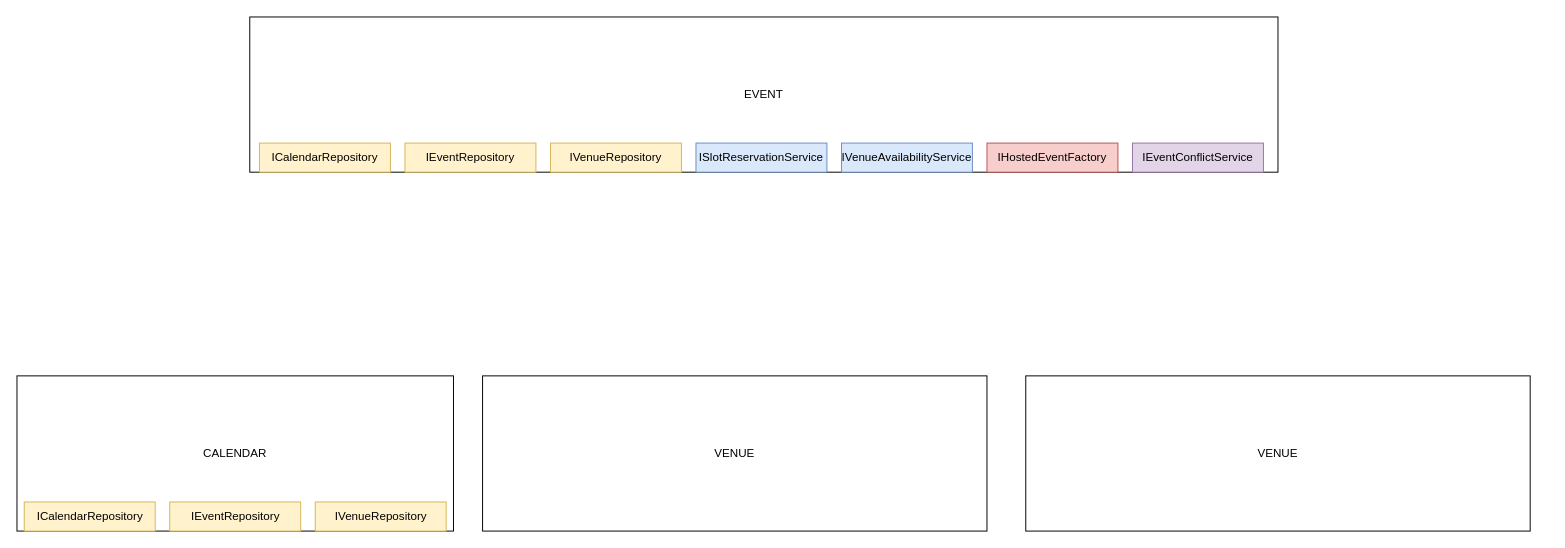
Before: diagramme.drawio in rachidje/eventhub, a draw.io diagram. Source tidied: cells renumbered, new cells numbered last; positions are measured from the earlier drawing's top-left corner, leaving out a move shared by most shapes. Both pictures are drawn from the tidied source at 97%, with x=0, y=0 at pixel (16, 16).
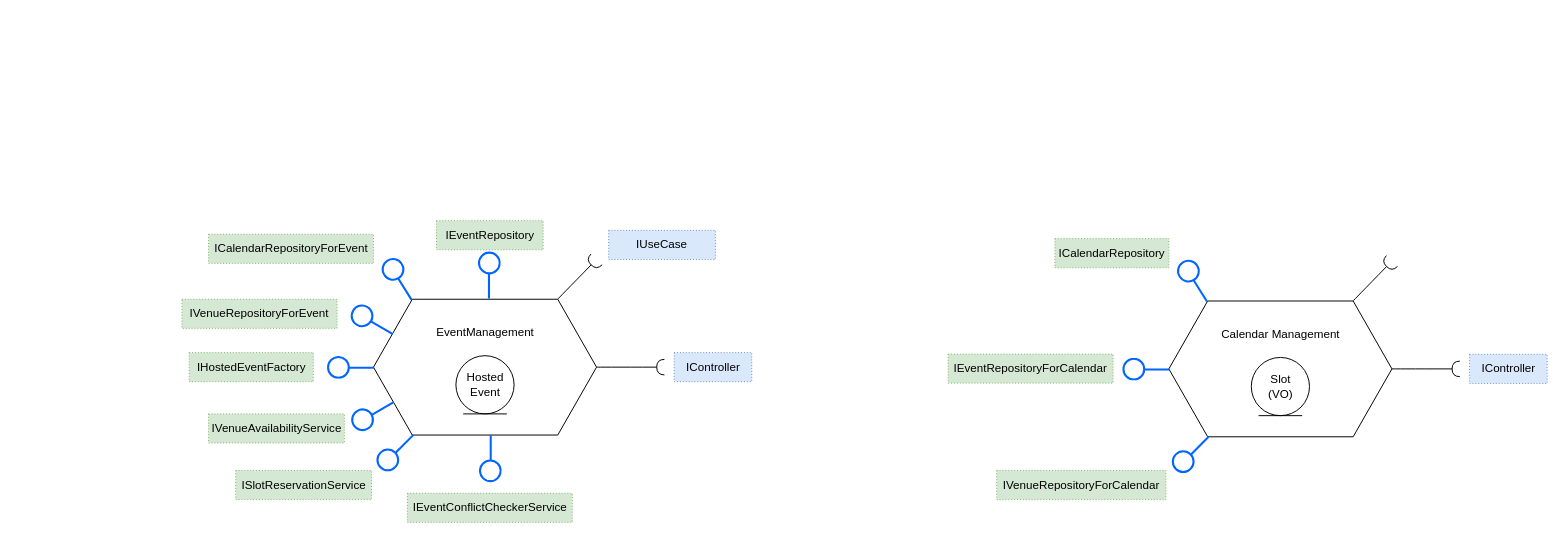
After the change.

Diff of the diagram source:
```diff
@@
-    <mxCell id="2" value="CALENDAR" style="rounded=0;whiteSpace=wrap;html=1;" parent="1" vertex="1">
-      <mxGeometry y="370" width="450" height="160" as="geometry" />
-    </mxCell>
-    <mxCell id="3" value="ICalendarRepository" style="text;html=1;align=center;verticalAlign=middle;whiteSpace=wrap;rounded=0;fillColor=#fff2cc;strokeColor=#d6b656;" parent="1" vertex="1">
-      <mxGeometry x="7.5" y="500" width="135" height="30" as="geometry" />
-    </mxCell>
-    <mxCell id="4" value="IEventRepository" style="text;html=1;align=center;verticalAlign=middle;whiteSpace=wrap;rounded=0;fillColor=#fff2cc;strokeColor=#d6b656;" parent="1" vertex="1">
-      <mxGeometry x="157.5" y="500" width="135" height="30" as="geometry" />
-    </mxCell>
-    <mxCell id="5" value="IVenueRepository" style="text;html=1;align=center;verticalAlign=middle;whiteSpace=wrap;rounded=0;fillColor=#fff2cc;strokeColor=#d6b656;rotation=0;" parent="1" vertex="1">
-      <mxGeometry x="307.5" y="500" width="135" height="30" as="geometry" />
-    </mxCell>
-    <mxCell id="6" value="EVENT" style="rounded=0;whiteSpace=wrap;html=1;" parent="1" vertex="1">
-      <mxGeometry x="240" width="1060" height="160" as="geometry" />
-    </mxCell>
-    <mxCell id="7" value="ICalendarRepository" style="text;html=1;align=center;verticalAlign=middle;whiteSpace=wrap;rounded=0;fillColor=#fff2cc;strokeColor=#d6b656;" parent="1" vertex="1">
-      <mxGeometry x="250" y="130" width="135" height="30" as="geometry" />
-    </mxCell>
-    <mxCell id="8" value="IEventRepository" style="text;html=1;align=center;verticalAlign=middle;whiteSpace=wrap;rounded=0;fillColor=#fff2cc;strokeColor=#d6b656;" parent="1" vertex="1">
-      <mxGeometry x="400" y="130" width="135" height="30" as="geometry" />
-    </mxCell>
-    <mxCell id="9" value="IVenueRepository" style="text;html=1;align=center;verticalAlign=middle;whiteSpace=wrap;rounded=0;fillColor=#fff2cc;strokeColor=#d6b656;rotation=0;" parent="1" vertex="1">
-      <mxGeometry x="550" y="130" width="135" height="30" as="geometry" />
-    </mxCell>
+    <mxCell id="16" value="EventManagement&lt;div&gt;&lt;br&gt;&lt;/div&gt;&lt;div&gt;&lt;br&gt;&lt;/div&gt;&lt;div&gt;&lt;br&gt;&lt;/div&gt;&lt;div&gt;&lt;br&gt;&lt;/div&gt;&lt;div&gt;&lt;br&gt;&lt;/div&gt;" style="shape=hexagon;perimeter=hexagonPerimeter2;whiteSpace=wrap;html=1;fixedSize=1;size=40;" parent="1" vertex="1">
+      <mxGeometry x="367.5" y="291" width="230" height="140" as="geometry" />
+    </mxCell>
+    <mxCell id="17" style="rounded=0;jettySize=auto;html=1;endArrow=halfCircle;endFill=0;endSize=6;strokeWidth=1;sketch=0;fontSize=12;curved=1;exitX=0.826;exitY=-0.001;exitDx=0;exitDy=0;exitPerimeter=0;" parent="1" edge="1" source="16">
+      <mxGeometry relative="1" as="geometry">
+        <mxPoint x="597.5" y="249.9" as="targetPoint" />
+      </mxGeometry>
+    </mxCell>
+    <mxCell id="18" style="ellipse;whiteSpace=wrap;html=1;align=center;fillColor=none;strokeColor=none;perimeter=centerPerimeter;" parent="1" vertex="1">
+      <mxGeometry x="367.5" y="271" width="10" height="10" as="geometry" />
+    </mxCell>
+    <mxCell id="19" value="Hosted&lt;div&gt;Event&lt;/div&gt;" style="ellipse;shape=umlEntity;whiteSpace=wrap;html=1;" parent="1" vertex="1">
+      <mxGeometry x="452.5" y="349.2" width="60" height="60" as="geometry" />
+    </mxCell>
+    <mxCell id="20" style="image;perimeter=ellipsePerimeter;html=1;align=center;shadow=0;dashed=0;spacingTop=3;image=img/lib/active_directory/interface.svg;rotation=-122;" parent="1" vertex="1">
+      <mxGeometry x="369.5" y="258.5" width="50" height="23.5" as="geometry" />
+    </mxCell>
+    <mxCell id="21" style="image;perimeter=ellipsePerimeter;html=1;align=center;shadow=0;dashed=0;spacingTop=3;image=img/lib/active_directory/interface.svg;rotation=-150;" parent="1" vertex="1">
+      <mxGeometry x="341.5" y="302" width="50" height="23.5" as="geometry" />
+    </mxCell>
+    <mxCell id="22" style="image;perimeter=ellipsePerimeter;html=1;align=center;shadow=0;dashed=0;spacingTop=3;image=img/lib/active_directory/interface.svg;rotation=-210;" parent="1" vertex="1">
+      <mxGeometry x="341.5" y="397" width="50" height="23.5" as="geometry" />
+    </mxCell>
+    <mxCell id="23" value="ICalendarRepositoryForEvent" style="text;html=1;align=center;verticalAlign=middle;whiteSpace=wrap;rounded=0;dashed=1;dashPattern=1 2;strokeColor=#82b366;fillColor=#d5e8d4;" parent="1" vertex="1">
+      <mxGeometry x="197.5" y="224" width="170" height="30" as="geometry" />
+    </mxCell>
+    <mxCell id="24" value="IEventRepository" style="text;html=1;align=center;verticalAlign=middle;whiteSpace=wrap;rounded=0;dashed=1;dashPattern=1 2;strokeColor=#82b366;fillColor=#d5e8d4;" parent="1" vertex="1">
+      <mxGeometry x="432.5" y="210" width="110" height="30" as="geometry" />
+    </mxCell>
+    <mxCell id="25" value="IVenueRepositoryForEvent" style="text;html=1;align=center;verticalAlign=middle;whiteSpace=wrap;rounded=0;dashed=1;dashPattern=1 2;strokeColor=#82b366;fillColor=#d5e8d4;" parent="1" vertex="1">
+      <mxGeometry x="170" y="291" width="160" height="30" as="geometry" />
+    </mxCell>
+    <mxCell id="26" style="image;perimeter=ellipsePerimeter;html=1;align=center;shadow=0;dashed=0;spacingTop=3;image=img/lib/active_directory/interface.svg;rotation=-225;" parent="1" vertex="1">
+      <mxGeometry x="365.5" y="436" width="50" height="23.5" as="geometry" />
+    </mxCell>
+    <mxCell id="27" style="image;perimeter=ellipsePerimeter;html=1;align=center;shadow=0;dashed=0;spacingTop=3;image=img/lib/active_directory/interface.svg;rotation=-90;" parent="1" vertex="1">
+      <mxGeometry x="462.5" y="254" width="50" height="23.5" as="geometry" />
+    </mxCell>
+    <mxCell id="11" value="IVenueAvailabilityService" style="text;html=1;align=center;verticalAlign=middle;whiteSpace=wrap;rounded=0;strokeColor=#82b366;dashed=1;dashPattern=1 2;fillColor=#d5e8d4;" parent="1" vertex="1">
+      <mxGeometry x="197.5" y="409.2" width="140" height="30" as="geometry" />
+    </mxCell>
+    <mxCell id="28" style="image;perimeter=ellipsePerimeter;html=1;align=center;shadow=0;dashed=0;spacingTop=3;image=img/lib/active_directory/interface.svg;rotation=90;" parent="1" vertex="1">
+      <mxGeometry x="462.5" y="444" width="50" height="23.5" as="geometry" />
+    </mxCell>
-    <mxCell id="10" value="ISlotReservationService" style="text;html=1;align=center;verticalAlign=middle;whiteSpace=wrap;rounded=0;fillColor=#dae8fc;strokeColor=#6c8ebf;" parent="1" vertex="1">
-      <mxGeometry x="700" y="130" width="135" height="30" as="geometry" />
+    <mxCell id="10" value="ISlotReservationService" style="text;html=1;align=center;verticalAlign=middle;whiteSpace=wrap;rounded=0;strokeColor=#82b366;dashed=1;dashPattern=1 2;fillColor=#d5e8d4;" parent="1" vertex="1">
+      <mxGeometry x="225.5" y="467.5" width="140" height="30" as="geometry" />
     </mxCell>
-    <mxCell id="11" value="IVenueAvailabilityService" style="text;html=1;align=center;verticalAlign=middle;whiteSpace=wrap;rounded=0;fillColor=#dae8fc;strokeColor=#6c8ebf;" parent="1" vertex="1">
-      <mxGeometry x="850" y="130" width="135" height="30" as="geometry" />
-    </mxCell>
-    <mxCell id="12" value="IHostedEventFactory" style="text;html=1;align=center;verticalAlign=middle;whiteSpace=wrap;rounded=0;fillColor=#f8cecc;strokeColor=#b85450;" parent="1" vertex="1">
-      <mxGeometry x="1000" y="130" width="135" height="30" as="geometry" />
+    <mxCell id="12" value="IHostedEventFactory" style="text;html=1;align=center;verticalAlign=middle;whiteSpace=wrap;rounded=0;strokeColor=#82b366;dashed=1;dashPattern=1 2;fillColor=#d5e8d4;" parent="1" vertex="1">
+      <mxGeometry x="177.5" y="346" width="128" height="30" as="geometry" />
     </mxCell>
-    <mxCell id="13" value="IEventConflictService" style="text;html=1;align=center;verticalAlign=middle;whiteSpace=wrap;rounded=0;fillColor=#e1d5e7;strokeColor=#9673a6;" parent="1" vertex="1">
-      <mxGeometry x="1150" y="130" width="135" height="30" as="geometry" />
-    </mxCell>
-    <mxCell id="14" value="VENUE" style="rounded=0;whiteSpace=wrap;html=1;" parent="1" vertex="1">
-      <mxGeometry x="480" y="370" width="520" height="160" as="geometry" />
-    </mxCell>
-    <mxCell id="15" value="VENUE" style="rounded=0;whiteSpace=wrap;html=1;" parent="1" vertex="1">
-      <mxGeometry x="1040" y="370" width="520" height="160" as="geometry" />
-    </mxCell>
+    <mxCell id="29" value="IEventConflictCheckerService" style="text;html=1;align=center;verticalAlign=middle;whiteSpace=wrap;rounded=0;strokeColor=#82b366;dashed=1;dashPattern=1 2;fillColor=#d5e8d4;" parent="1" vertex="1">
+      <mxGeometry x="402.5" y="491" width="170" height="30" as="geometry" />
+    </mxCell>
+    <mxCell id="30" style="image;perimeter=ellipsePerimeter;html=1;align=center;shadow=0;dashed=0;spacingTop=3;image=img/lib/active_directory/interface.svg;rotation=-180;" parent="1" vertex="1">
+      <mxGeometry x="318.5" y="349" width="50" height="23.5" as="geometry" />
+    </mxCell>
+    <mxCell id="31" style="rounded=0;jettySize=auto;html=1;endArrow=halfCircle;endFill=0;endSize=6;strokeWidth=1;sketch=0;fontSize=12;curved=1;exitX=1;exitY=0.5;exitDx=0;exitDy=0;" parent="1" edge="1" source="16">
+      <mxGeometry relative="1" as="geometry">
+        <mxPoint x="667.5" y="361" as="targetPoint" />
+      </mxGeometry>
+    </mxCell>
+    <mxCell id="32" value="IUseCase" style="text;html=1;align=center;verticalAlign=middle;whiteSpace=wrap;rounded=0;dashed=1;dashPattern=1 2;strokeColor=#6c8ebf;fillColor=#dae8fc;" parent="1" vertex="1">
+      <mxGeometry x="610" y="220" width="110" height="30" as="geometry" />
+    </mxCell>
+    <mxCell id="33" value="IController" style="text;html=1;align=center;verticalAlign=middle;whiteSpace=wrap;rounded=0;dashed=1;dashPattern=1 2;strokeColor=#6c8ebf;fillColor=#dae8fc;" parent="1" vertex="1">
+      <mxGeometry x="677.5" y="346" width="80" height="30" as="geometry" />
+    </mxCell>
+    <mxCell id="34" value="&lt;div&gt;Calendar Management&lt;/div&gt;&lt;div&gt;&lt;br&gt;&lt;/div&gt;&lt;div&gt;&lt;br&gt;&lt;/div&gt;&lt;div&gt;&lt;br&gt;&lt;/div&gt;&lt;div&gt;&lt;br&gt;&lt;/div&gt;&lt;div&gt;&lt;br&gt;&lt;/div&gt;" style="shape=hexagon;perimeter=hexagonPerimeter2;whiteSpace=wrap;html=1;fixedSize=1;size=40;" parent="1" vertex="1">
+      <mxGeometry x="1187.5" y="292.8" width="230" height="140" as="geometry" />
+    </mxCell>
+    <mxCell id="35" style="rounded=0;jettySize=auto;html=1;endArrow=halfCircle;endFill=0;endSize=6;strokeWidth=1;sketch=0;fontSize=12;curved=1;exitX=0.826;exitY=-0.001;exitDx=0;exitDy=0;exitPerimeter=0;" parent="1" edge="1" source="34">
+      <mxGeometry relative="1" as="geometry">
+        <mxPoint x="1417.5" y="251.6" as="targetPoint" />
+      </mxGeometry>
+    </mxCell>
+    <mxCell id="36" style="ellipse;whiteSpace=wrap;html=1;align=center;fillColor=none;strokeColor=none;perimeter=centerPerimeter;" parent="1" vertex="1">
+      <mxGeometry x="1187.5" y="272.8" width="10" height="10" as="geometry" />
+    </mxCell>
+    <mxCell id="37" value="Slot&lt;div&gt;(VO)&lt;/div&gt;" style="ellipse;shape=umlEntity;whiteSpace=wrap;html=1;" parent="1" vertex="1">
+      <mxGeometry x="1272.5" y="351" width="60" height="60" as="geometry" />
+    </mxCell>
+    <mxCell id="38" style="image;perimeter=ellipsePerimeter;html=1;align=center;shadow=0;dashed=0;spacingTop=3;image=img/lib/active_directory/interface.svg;rotation=-122;" parent="1" vertex="1">
+      <mxGeometry x="1189.5" y="260.2" width="50" height="23.5" as="geometry" />
+    </mxCell>
+    <mxCell id="39" value="IEventRepositoryForCalendar" style="text;html=1;align=center;verticalAlign=middle;whiteSpace=wrap;rounded=0;dashed=1;dashPattern=1 2;strokeColor=#82b366;fillColor=#d5e8d4;" parent="1" vertex="1">
+      <mxGeometry x="960" y="347.5" width="170" height="30" as="geometry" />
+    </mxCell>
+    <mxCell id="40" value="ICalendarRepository" style="text;html=1;align=center;verticalAlign=middle;whiteSpace=wrap;rounded=0;dashed=1;dashPattern=1 2;strokeColor=#82b366;fillColor=#d5e8d4;" parent="1" vertex="1">
+      <mxGeometry x="1070" y="228.5" width="117.5" height="30" as="geometry" />
+    </mxCell>
+    <mxCell id="41" style="image;perimeter=ellipsePerimeter;html=1;align=center;shadow=0;dashed=0;spacingTop=3;image=img/lib/active_directory/interface.svg;rotation=-225;" parent="1" vertex="1">
+      <mxGeometry x="1185.5" y="437.8" width="50" height="23.5" as="geometry" />
+    </mxCell>
+    <mxCell id="42" value="IVenueRepositoryForCalendar" style="text;html=1;align=center;verticalAlign=middle;whiteSpace=wrap;rounded=0;strokeColor=#82b366;dashed=1;dashPattern=1 2;fillColor=#d5e8d4;" parent="1" vertex="1">
+      <mxGeometry x="1010" y="467.5" width="174.5" height="30" as="geometry" />
+    </mxCell>
+    <mxCell id="43" style="image;perimeter=ellipsePerimeter;html=1;align=center;shadow=0;dashed=0;spacingTop=3;image=img/lib/active_directory/interface.svg;rotation=-180;" parent="1" vertex="1">
+      <mxGeometry x="1138.5" y="350.8" width="50" height="23.5" as="geometry" />
+    </mxCell>
+    <mxCell id="44" style="rounded=0;jettySize=auto;html=1;endArrow=halfCircle;endFill=0;endSize=6;strokeWidth=1;sketch=0;fontSize=12;curved=1;exitX=1;exitY=0.5;exitDx=0;exitDy=0;" parent="1" edge="1" source="34">
+      <mxGeometry relative="1" as="geometry">
+        <mxPoint x="1487.5" y="362.8" as="targetPoint" />
+      </mxGeometry>
+    </mxCell>
+    <mxCell id="45" value="IController" style="text;html=1;align=center;verticalAlign=middle;whiteSpace=wrap;rounded=0;dashed=1;dashPattern=1 2;strokeColor=#6c8ebf;fillColor=#dae8fc;" parent="1" vertex="1">
+      <mxGeometry x="1497.5" y="347.8" width="80" height="30" as="geometry" />
+    </mxCell>
```
